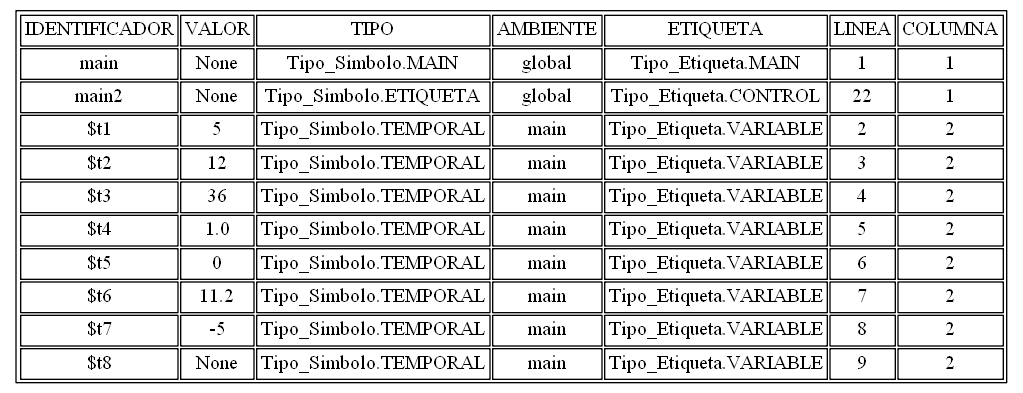
The Graphviz diagram tablasimbolos.png in AndreeAvalos/OLC2-AUGUS, before a commit. Its source is kept beside it as tablasimbolos.dot.
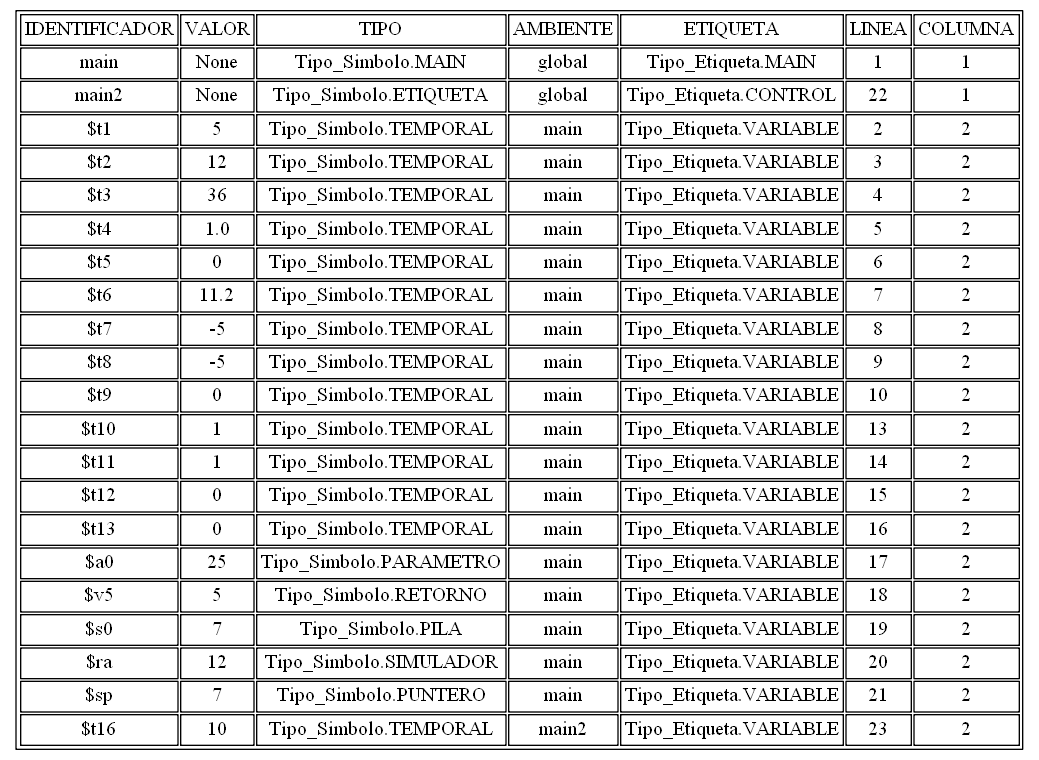
Later version of the same file.

Diff of the diagram source:
```diff
@@ -12,7 +12,18 @@
 <TR><TD>$t5</TD><TD>0</TD><TD>Tipo_Simbolo.TEMPORAL</TD><TD>main</TD><TD>Tipo_Etiqueta.VARIABLE</TD><TD>6</TD><TD>2</TD></TR>
 <TR><TD>$t6</TD><TD>11.2</TD><TD>Tipo_Simbolo.TEMPORAL</TD><TD>main</TD><TD>Tipo_Etiqueta.VARIABLE</TD><TD>7</TD><TD>2</TD></TR>
 <TR><TD>$t7</TD><TD>-5</TD><TD>Tipo_Simbolo.TEMPORAL</TD><TD>main</TD><TD>Tipo_Etiqueta.VARIABLE</TD><TD>8</TD><TD>2</TD></TR>
-<TR><TD>$t8</TD><TD>None</TD><TD>Tipo_Simbolo.TEMPORAL</TD><TD>main</TD><TD>Tipo_Etiqueta.VARIABLE</TD><TD>9</TD><TD>2</TD></TR>
+<TR><TD>$t8</TD><TD>-5</TD><TD>Tipo_Simbolo.TEMPORAL</TD><TD>main</TD><TD>Tipo_Etiqueta.VARIABLE</TD><TD>9</TD><TD>2</TD></TR>
+<TR><TD>$t9</TD><TD>0</TD><TD>Tipo_Simbolo.TEMPORAL</TD><TD>main</TD><TD>Tipo_Etiqueta.VARIABLE</TD><TD>10</TD><TD>2</TD></TR>
+<TR><TD>$t10</TD><TD>1</TD><TD>Tipo_Simbolo.TEMPORAL</TD><TD>main</TD><TD>Tipo_Etiqueta.VARIABLE</TD><TD>13</TD><TD>2</TD></TR>
+<TR><TD>$t11</TD><TD>1</TD><TD>Tipo_Simbolo.TEMPORAL</TD><TD>main</TD><TD>Tipo_Etiqueta.VARIABLE</TD><TD>14</TD><TD>2</TD></TR>
+<TR><TD>$t12</TD><TD>0</TD><TD>Tipo_Simbolo.TEMPORAL</TD><TD>main</TD><TD>Tipo_Etiqueta.VARIABLE</TD><TD>15</TD><TD>2</TD></TR>
+<TR><TD>$t13</TD><TD>0</TD><TD>Tipo_Simbolo.TEMPORAL</TD><TD>main</TD><TD>Tipo_Etiqueta.VARIABLE</TD><TD>16</TD><TD>2</TD></TR>
+<TR><TD>$a0</TD><TD>25</TD><TD>Tipo_Simbolo.PARAMETRO</TD><TD>main</TD><TD>Tipo_Etiqueta.VARIABLE</TD><TD>17</TD><TD>2</TD></TR>
+<TR><TD>$v5</TD><TD>5</TD><TD>Tipo_Simbolo.RETORNO</TD><TD>main</TD><TD>Tipo_Etiqueta.VARIABLE</TD><TD>18</TD><TD>2</TD></TR>
+<TR><TD>$s0</TD><TD>7</TD><TD>Tipo_Simbolo.PILA</TD><TD>main</TD><TD>Tipo_Etiqueta.VARIABLE</TD><TD>19</TD><TD>2</TD></TR>
+<TR><TD>$ra</TD><TD>12</TD><TD>Tipo_Simbolo.SIMULADOR</TD><TD>main</TD><TD>Tipo_Etiqueta.VARIABLE</TD><TD>20</TD><TD>2</TD></TR>
+<TR><TD>$sp</TD><TD>7</TD><TD>Tipo_Simbolo.PUNTERO</TD><TD>main</TD><TD>Tipo_Etiqueta.VARIABLE</TD><TD>21</TD><TD>2</TD></TR>
+<TR><TD>$t16</TD><TD>10</TD><TD>Tipo_Simbolo.TEMPORAL</TD><TD>main2</TD><TD>Tipo_Etiqueta.VARIABLE</TD><TD>23</TD><TD>2</TD></TR>
 </TABLE>
 >, ];
 }
```
